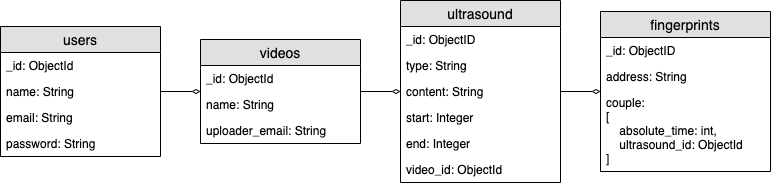
gerald-lnj/audio-fingerprinting-fyp keeps this draw.io diagram as Diagrams/Database Diagram DrawIO.png. Above is the earlier version. Source tidied: cells renumbered, new cells last; positions are measured from the earlier drawing's top-left corner, leaving out a move shared by most shapes.
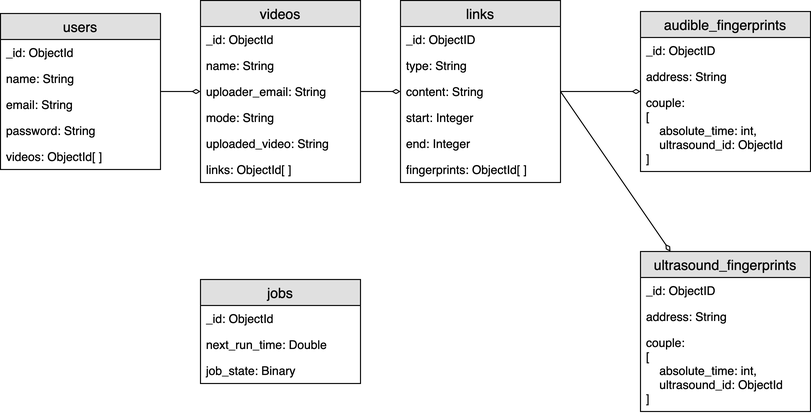
After the change.

Diff of the diagram source:
```diff
@@ -6,7 +6,7 @@
       <mxGeometry relative="1" as="geometry" />
     </mxCell>
     <mxCell id="3" value="users" style="swimlane;fontStyle=0;horizontal=1;startSize=26;fillColor=#e0e0e0;swimlaneFillColor=#ffffff;align=center;fontSize=14;" parent="1" vertex="1">
-      <mxGeometry y="26" width="160" height="130" as="geometry" />
+      <mxGeometry y="15" width="160" height="156" as="geometry" />
     </mxCell>
     <mxCell id="4" value="_id: ObjectId" style="text;strokeColor=none;fillColor=none;spacingLeft=4;spacingRight=4;overflow=hidden;fontSize=12;" parent="3" vertex="1">
       <mxGeometry y="26" width="160" height="26" as="geometry" />
@@ -20,11 +20,14 @@
     <mxCell id="7" value="password: String" style="text;strokeColor=none;fillColor=none;spacingLeft=4;spacingRight=4;overflow=hidden;fontSize=12;" parent="3" vertex="1">
       <mxGeometry y="104" width="160" height="26" as="geometry" />
     </mxCell>
+    <mxCell id="25" value="videos: ObjectId[ ]" style="text;strokeColor=none;fillColor=none;spacingLeft=4;spacingRight=4;overflow=hidden;fontSize=12;" parent="3" vertex="1">
+      <mxGeometry y="130" width="160" height="26" as="geometry" />
+    </mxCell>
     <mxCell id="8" style="edgeStyle=orthogonalEdgeStyle;rounded=0;jettySize=auto;html=1;entryX=0;entryY=0.5;entryDx=0;entryDy=0;endArrow=diamondThin;endFill=0;" parent="1" edge="1" source="9" target="16">
       <mxGeometry relative="1" as="geometry" />
     </mxCell>
     <mxCell id="9" value="videos" style="swimlane;fontStyle=0;horizontal=1;startSize=26;fillColor=#e0e0e0;swimlaneFillColor=#ffffff;align=center;fontSize=14;" parent="1" vertex="1">
-      <mxGeometry x="200" y="39" width="160" height="104" as="geometry" />
+      <mxGeometry x="200" y="2" width="160" height="182" as="geometry" />
     </mxCell>
     <mxCell id="10" value="_id: ObjectId" style="text;strokeColor=none;fillColor=none;spacingLeft=4;spacingRight=4;overflow=hidden;fontSize=12;" parent="9" vertex="1">
       <mxGeometry y="26" width="160" height="26" as="geometry" />
@@ -35,8 +38,17 @@
     <mxCell id="12" value="uploader_email: String" style="text;strokeColor=none;fillColor=none;spacingLeft=4;spacingRight=4;overflow=hidden;fontSize=12;" parent="9" vertex="1">
       <mxGeometry y="78" width="160" height="26" as="geometry" />
     </mxCell>
+    <mxCell id="26" value="mode: String" style="text;strokeColor=none;fillColor=none;spacingLeft=4;spacingRight=4;overflow=hidden;fontSize=12;" parent="9" vertex="1">
+      <mxGeometry y="104" width="160" height="26" as="geometry" />
+    </mxCell>
+    <mxCell id="27" value="uploaded_video: String" style="text;strokeColor=none;fillColor=none;spacingLeft=4;spacingRight=4;overflow=hidden;fontSize=12;" parent="9" vertex="1">
+      <mxGeometry y="130" width="160" height="26" as="geometry" />
+    </mxCell>
+    <mxCell id="28" value="links: ObjectId[ ]" style="text;strokeColor=none;fillColor=none;spacingLeft=4;spacingRight=4;overflow=hidden;fontSize=12;" parent="9" vertex="1">
+      <mxGeometry y="156" width="160" height="26" as="geometry" />
+    </mxCell>
-    <mxCell id="13" value="ultrasound" style="swimlane;fontStyle=0;horizontal=1;startSize=26;fillColor=#e0e0e0;swimlaneFillColor=#ffffff;align=center;fontSize=14;" parent="1" vertex="1">
-      <mxGeometry x="400" width="160" height="182" as="geometry" />
+    <mxCell id="13" value="links" style="swimlane;fontStyle=0;horizontal=1;startSize=26;fillColor=#e0e0e0;swimlaneFillColor=#ffffff;align=center;fontSize=14;" parent="1" vertex="1">
+      <mxGeometry x="400" y="2" width="160" height="182" as="geometry" />
     </mxCell>
     <mxCell id="14" value="_id: ObjectID" style="text;strokeColor=none;fillColor=none;spacingLeft=4;spacingRight=4;overflow=hidden;fontSize=12;" parent="13" vertex="1">
       <mxGeometry y="26" width="160" height="26" as="geometry" />
@@ -53,11 +65,11 @@
     <mxCell id="18" value="end: Integer" style="text;strokeColor=none;fillColor=none;spacingLeft=4;spacingRight=4;overflow=hidden;fontSize=12;" parent="13" vertex="1">
       <mxGeometry y="130" width="160" height="26" as="geometry" />
     </mxCell>
-    <mxCell id="19" value="video_id: ObjectId" style="text;strokeColor=none;fillColor=none;spacingLeft=4;spacingRight=4;overflow=hidden;fontSize=12;" parent="13" vertex="1">
+    <mxCell id="19" value="fingerprints: ObjectId[ ]" style="text;strokeColor=none;fillColor=none;spacingLeft=4;spacingRight=4;overflow=hidden;fontSize=12;" parent="13" vertex="1">
       <mxGeometry y="156" width="160" height="26" as="geometry" />
     </mxCell>
-    <mxCell id="20" value="fingerprints" style="swimlane;fontStyle=0;horizontal=1;startSize=26;fillColor=#e0e0e0;swimlaneFillColor=#ffffff;align=center;fontSize=14;" parent="1" vertex="1">
-      <mxGeometry x="600" y="11" width="170" height="160" as="geometry" />
+    <mxCell id="20" value="audible_fingerprints" style="swimlane;fontStyle=0;horizontal=1;startSize=26;fillColor=#e0e0e0;swimlaneFillColor=#ffffff;align=center;fontSize=14;" parent="1" vertex="1">
+      <mxGeometry x="640" y="13" width="170" height="160" as="geometry" />
     </mxCell>
     <mxCell id="21" value="_id: ObjectID" style="text;strokeColor=none;fillColor=none;spacingLeft=4;spacingRight=4;overflow=hidden;fontSize=12;" parent="20" vertex="1">
       <mxGeometry y="26" width="170" height="26" as="geometry" />
@@ -68,8 +80,35 @@
     <mxCell id="23" value="couple: &#10;[&#10;    absolute_time: int, &#10;    ultrasound_id: ObjectId&#10;]" style="text;strokeColor=none;fillColor=none;spacingLeft=4;spacingRight=4;overflow=hidden;fontSize=12;" parent="20" vertex="1">
       <mxGeometry y="78" width="170" height="82" as="geometry" />
     </mxCell>
-    <mxCell id="24" style="edgeStyle=orthogonalEdgeStyle;rounded=0;jettySize=auto;html=1;endArrow=diamondThin;endFill=0;" parent="1" edge="1" source="16" target="20">
+    <mxCell id="24" style="rounded=0;jettySize=auto;html=1;endArrow=diamondThin;endFill=0;exitX=1;exitY=0.5;exitDx=0;exitDy=0;" parent="1" edge="1" source="16" target="20">
       <mxGeometry relative="1" as="geometry" />
     </mxCell>
+    <mxCell id="29" value="ultrasound_fingerprints" style="swimlane;fontStyle=0;horizontal=1;startSize=26;fillColor=#e0e0e0;swimlaneFillColor=#ffffff;align=center;fontSize=14;" parent="1" vertex="1">
+      <mxGeometry x="640" y="253" width="170" height="160" as="geometry" />
+    </mxCell>
+    <mxCell id="30" value="_id: ObjectID" style="text;strokeColor=none;fillColor=none;spacingLeft=4;spacingRight=4;overflow=hidden;fontSize=12;" parent="29" vertex="1">
+      <mxGeometry y="26" width="170" height="26" as="geometry" />
+    </mxCell>
+    <mxCell id="31" value="address: String" style="text;strokeColor=none;fillColor=none;spacingLeft=4;spacingRight=4;overflow=hidden;fontSize=12;" parent="29" vertex="1">
+      <mxGeometry y="52" width="170" height="26" as="geometry" />
+    </mxCell>
+    <mxCell id="32" value="couple: &#10;[&#10;    absolute_time: int, &#10;    ultrasound_id: ObjectId&#10;]" style="text;strokeColor=none;fillColor=none;spacingLeft=4;spacingRight=4;overflow=hidden;fontSize=12;" parent="29" vertex="1">
+      <mxGeometry y="78" width="170" height="82" as="geometry" />
+    </mxCell>
+    <mxCell id="33" style="rounded=0;jettySize=auto;html=1;endArrow=diamondThin;endFill=0;exitX=1;exitY=0.5;exitDx=0;exitDy=0;" parent="1" edge="1" source="16" target="29">
+      <mxGeometry relative="1" as="geometry" />
+    </mxCell>
+    <mxCell id="34" value="jobs" style="swimlane;fontStyle=0;horizontal=1;startSize=26;fillColor=#e0e0e0;swimlaneFillColor=#ffffff;align=center;fontSize=14;" parent="1" vertex="1">
+      <mxGeometry x="200" y="281" width="160" height="104" as="geometry" />
+    </mxCell>
+    <mxCell id="35" value="_id: ObjectId" style="text;strokeColor=none;fillColor=none;spacingLeft=4;spacingRight=4;overflow=hidden;fontSize=12;" parent="34" vertex="1">
+      <mxGeometry y="26" width="160" height="26" as="geometry" />
+    </mxCell>
+    <mxCell id="36" value="next_run_time: Double" style="text;strokeColor=none;fillColor=none;spacingLeft=4;spacingRight=4;overflow=hidden;fontSize=12;" parent="34" vertex="1">
+      <mxGeometry y="52" width="160" height="26" as="geometry" />
+    </mxCell>
+    <mxCell id="37" value="job_state: Binary" style="text;strokeColor=none;fillColor=none;spacingLeft=4;spacingRight=4;overflow=hidden;fontSize=12;" parent="34" vertex="1">
+      <mxGeometry y="78" width="160" height="26" as="geometry" />
+    </mxCell>
   </root>
 </mxGraphModel>
```
